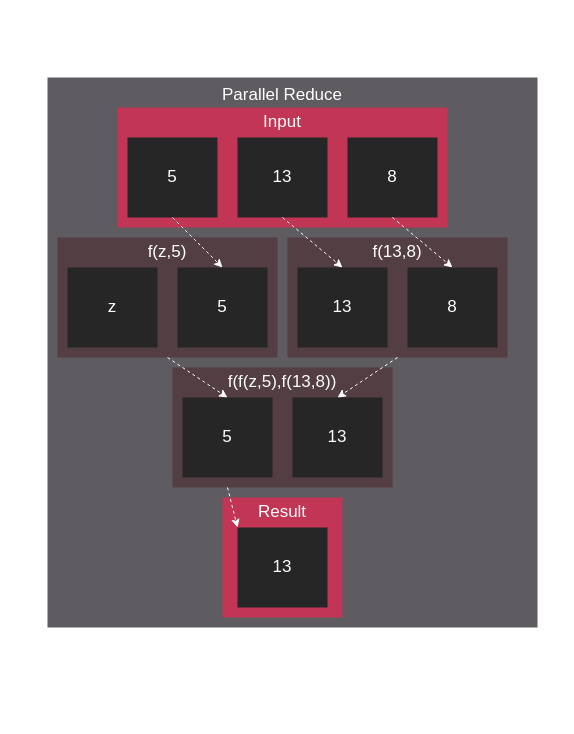
NautRobot/Eze-P keeps this draw.io diagram as projects/hip/docs/data/tutorial/reduction/parallel_foldl.drawio. Above is the earlier version. Source tidied: cells renumbered, new cells numbered last; positions are measured from the earlier drawing's top-left corner, leaving out a move shared by most shapes. Both pictures are drawn from the tidied source at 100%, with x=0, y=0 at pixel (47, 77).
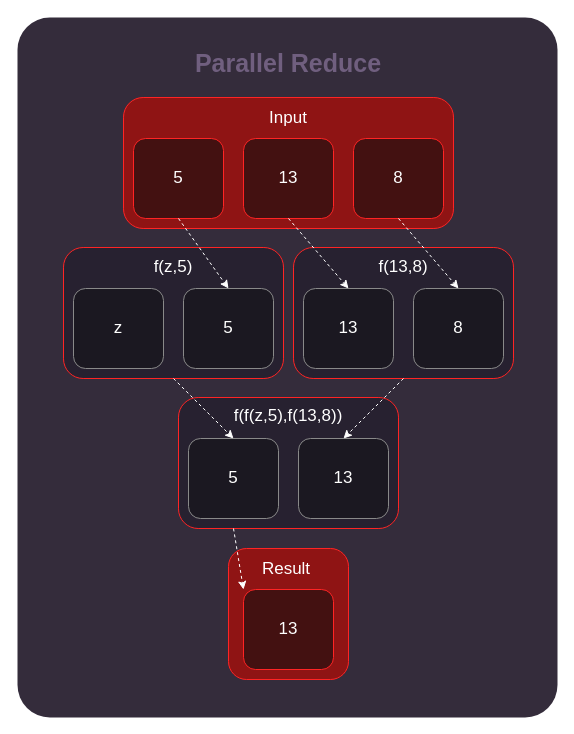
Above is the later version.

The edit, as a diff of the source:
```diff
@@
-    <mxCell id="2" style="rounded=0;whiteSpace=wrap;html=1;fillColor=#5E5B61;fontColor=#FFFFFF;strokeColor=none;spacing=0;" parent="1" vertex="1">
-      <mxGeometry width="490" height="550" as="geometry" />
-    </mxCell>
-    <mxCell id="3" value="Parallel Reduce" style="text;strokeColor=none;fillColor=none;align=center;verticalAlign=middle;rounded=0;fontFamily=klavika;fontSize=17;fontColor=#FFFFFF;" parent="1" vertex="1">
-      <mxGeometry x="205" width="60" height="30" as="geometry" />
-    </mxCell>
+    <mxCell id="40" style="rounded=1;whiteSpace=wrap;html=1;fillColor=#342C3B;fontColor=#FFFFFF;strokeColor=none;spacing=0;arcSize=6;" parent="1" vertex="1">
+      <mxGeometry x="-30" y="-60" width="540" height="700" as="geometry" />
+    </mxCell>
-    <mxCell id="4" style="rounded=0;whiteSpace=wrap;html=1;fillColor=#C23555;fontColor=#FFFFFF;strokeColor=none;" parent="1" vertex="1">
-      <mxGeometry x="70" y="30" width="330" height="120" as="geometry" />
+    <mxCell id="4" style="whiteSpace=wrap;html=1;fontSize=16;fontFamily=Verdana;rounded=1;verticalAlign=top;strokeColor=#ff2424;fillColor=#8F1414;fontColor=#F0F0F0;" parent="1" vertex="1">
+      <mxGeometry x="76" y="20" width="330" height="131" as="geometry" />
     </mxCell>
-    <mxCell id="5" value="&lt;font face=&quot;Klavika&quot; style=&quot;font-size: 17px;&quot;&gt;Input&lt;/font&gt;" style="text;html=1;strokeColor=none;fillColor=none;align=center;verticalAlign=middle;whiteSpace=wrap;rounded=0;fontSize=17;fontColor=#FFFFFF;" parent="1" vertex="1">
-      <mxGeometry x="205" y="30" width="60" height="30" as="geometry" />
+    <mxCell id="5" value="&lt;font style=&quot;font-size: 17px; color: rgb(255, 255, 255);&quot;&gt;Input&lt;/font&gt;" style="text;html=1;strokeColor=none;fillColor=none;align=center;verticalAlign=middle;whiteSpace=wrap;rounded=0;fontSize=17;fontColor=#FFFFFF;" parent="1" vertex="1">
+      <mxGeometry x="211" y="26" width="60" height="30" as="geometry" />
     </mxCell>
-    <mxCell id="6" style="rounded=0;whiteSpace=wrap;html=1;fillColor=#262626;fontColor=#FFFFFF;strokeColor=none;" parent="1" vertex="1">
-      <mxGeometry x="300" y="60" width="90" height="80" as="geometry" />
+    <mxCell id="6" style="whiteSpace=wrap;html=1;fontSize=16;fontFamily=Verdana;rounded=1;strokeColor=#ff2424;fillStyle=solid;fontColor=#F0F0F0;fillColor=#431111;" parent="1" vertex="1">
+      <mxGeometry x="306" y="61" width="90" height="80" as="geometry" />
     </mxCell>
-    <mxCell id="7" style="rounded=0;whiteSpace=wrap;html=1;fillColor=#262626;fontColor=#FFFFFF;strokeColor=none;" parent="1" vertex="1">
-      <mxGeometry x="190" y="60" width="90" height="80" as="geometry" />
+    <mxCell id="7" style="whiteSpace=wrap;html=1;fontSize=16;fontFamily=Verdana;rounded=1;strokeColor=#ff2424;fillStyle=solid;fontColor=#F0F0F0;fillColor=#431111;" parent="1" vertex="1">
+      <mxGeometry x="196" y="61" width="90" height="80" as="geometry" />
     </mxCell>
-    <mxCell id="8" style="rounded=0;whiteSpace=wrap;html=1;fillColor=#523E43;fontColor=#FFFFFF;strokeColor=none;" parent="1" vertex="1">
-      <mxGeometry x="10" y="160" width="220" height="120" as="geometry" />
+    <mxCell id="8" style="whiteSpace=wrap;html=1;fontSize=16;fontFamily=Verdana;rounded=1;strokeColor=#ff2424;fillStyle=solid;fontColor=#F0F0F0;fillColor=#272130;" parent="1" vertex="1">
+      <mxGeometry x="16" y="170" width="220" height="131" as="geometry" />
     </mxCell>
-    <mxCell id="9" style="rounded=0;whiteSpace=wrap;html=1;fillColor=#262626;fontColor=#FFFFFF;strokeColor=none;" parent="1" vertex="1">
-      <mxGeometry x="80" y="60" width="90" height="80" as="geometry" />
+    <mxCell id="9" style="whiteSpace=wrap;html=1;fontSize=16;fontFamily=Verdana;rounded=1;strokeColor=#ff2424;fillStyle=solid;fontColor=#F0F0F0;fillColor=#431111;" parent="1" vertex="1">
+      <mxGeometry x="86" y="61" width="90" height="80" as="geometry" />
     </mxCell>
-    <mxCell id="10" value="8" style="text;html=1;strokeColor=none;fillColor=none;align=center;verticalAlign=middle;whiteSpace=wrap;rounded=0;fontFamily=Klavika;fontSize=17;fontColor=#FFFFFF;" parent="1" vertex="1">
-      <mxGeometry x="315" y="85" width="60" height="30" as="geometry" />
+    <mxCell id="10" value="8" style="text;html=1;strokeColor=none;fillColor=none;align=center;verticalAlign=middle;whiteSpace=wrap;rounded=0;fontFamily=Helvetica;fontSize=17;fontColor=#FFFFFF;" parent="1" vertex="1">
+      <mxGeometry x="321" y="86" width="60" height="30" as="geometry" />
     </mxCell>
-    <mxCell id="11" value="13" style="text;html=1;strokeColor=none;fillColor=none;align=center;verticalAlign=middle;whiteSpace=wrap;rounded=0;fontFamily=Klavika;fontSize=17;fontColor=#FFFFFF;" parent="1" vertex="1">
-      <mxGeometry x="205" y="85" width="60" height="30" as="geometry" />
+    <mxCell id="11" value="13" style="text;html=1;strokeColor=none;fillColor=none;align=center;verticalAlign=middle;whiteSpace=wrap;rounded=0;fontFamily=Helvetica;fontSize=17;fontColor=#FFFFFF;" parent="1" vertex="1">
+      <mxGeometry x="211" y="86" width="60" height="30" as="geometry" />
     </mxCell>
-    <mxCell id="12" value="5" style="text;html=1;strokeColor=none;fillColor=none;align=center;verticalAlign=middle;whiteSpace=wrap;rounded=0;fontFamily=Klavika;fontSize=17;fontColor=#FFFFFF;" parent="1" vertex="1">
-      <mxGeometry x="95" y="85" width="60" height="30" as="geometry" />
+    <mxCell id="12" value="5" style="text;html=1;strokeColor=none;fillColor=none;align=center;verticalAlign=middle;whiteSpace=wrap;rounded=0;fontFamily=Helvetica;fontSize=17;fontColor=#FFFFFF;" parent="1" vertex="1">
+      <mxGeometry x="101" y="86" width="60" height="30" as="geometry" />
     </mxCell>
-    <mxCell id="13" style="rounded=0;whiteSpace=wrap;html=1;fillColor=#262626;fontColor=#FFFFFF;strokeColor=none;" parent="1" vertex="1">
-      <mxGeometry x="20" y="190" width="90" height="80" as="geometry" />
+    <mxCell id="13" style="whiteSpace=wrap;html=1;fontSize=16;fontFamily=Verdana;rounded=1;strokeColor=#898989;fillStyle=solid;fontColor=#F0F0F0;fillColor=#1B1821;" parent="1" vertex="1">
+      <mxGeometry x="26" y="211" width="90" height="80" as="geometry" />
     </mxCell>
-    <mxCell id="14" value="z" style="text;html=1;strokeColor=none;fillColor=none;align=center;verticalAlign=middle;whiteSpace=wrap;rounded=0;fontFamily=Klavika;fontSize=17;fontColor=#FFFFFF;" parent="1" vertex="1">
-      <mxGeometry x="35" y="215" width="60" height="30" as="geometry" />
+    <mxCell id="14" value="z" style="text;html=1;strokeColor=none;fillColor=none;align=center;verticalAlign=middle;whiteSpace=wrap;rounded=0;fontFamily=Helvetica;fontSize=17;fontColor=#FFFFFF;" parent="1" vertex="1">
+      <mxGeometry x="41" y="236" width="60" height="30" as="geometry" />
     </mxCell>
-    <mxCell id="15" style="rounded=0;whiteSpace=wrap;html=1;fillColor=#262626;fontColor=#FFFFFF;strokeColor=none;" parent="1" vertex="1">
-      <mxGeometry x="130" y="190" width="90" height="80" as="geometry" />
+    <mxCell id="15" style="whiteSpace=wrap;html=1;fontSize=16;fontFamily=Verdana;rounded=1;strokeColor=#898989;fillStyle=solid;fontColor=#F0F0F0;fillColor=#1B1821;" parent="1" vertex="1">
+      <mxGeometry x="136" y="211" width="90" height="80" as="geometry" />
     </mxCell>
-    <mxCell id="16" value="5" style="text;html=1;strokeColor=none;fillColor=none;align=center;verticalAlign=middle;whiteSpace=wrap;rounded=0;fontFamily=Klavika;fontSize=17;fontColor=#FFFFFF;" parent="1" vertex="1">
-      <mxGeometry x="145" y="215" width="60" height="30" as="geometry" />
+    <mxCell id="16" value="5" style="text;html=1;strokeColor=none;fillColor=none;align=center;verticalAlign=middle;whiteSpace=wrap;rounded=0;fontFamily=Helvetica;fontSize=17;fontColor=#FFFFFF;" parent="1" vertex="1">
+      <mxGeometry x="151" y="236" width="60" height="30" as="geometry" />
     </mxCell>
-    <mxCell id="17" value="&lt;font face=&quot;Klavika&quot; style=&quot;font-size: 17px;&quot;&gt;f(z,5)&lt;/font&gt;" style="text;html=1;strokeColor=none;fillColor=none;align=center;verticalAlign=middle;whiteSpace=wrap;rounded=0;fontSize=17;fontColor=#FFFFFF;" parent="1" vertex="1">
-      <mxGeometry x="90" y="160" width="60" height="30" as="geometry" />
+    <mxCell id="17" value="&lt;font style=&quot;font-size: 17px; color: rgb(255, 255, 255);&quot;&gt;f(z,5)&lt;/font&gt;" style="text;html=1;strokeColor=none;fillColor=none;align=center;verticalAlign=middle;whiteSpace=wrap;rounded=0;fontSize=17;fontColor=#FFFFFF;fontFamily=Helvetica;" parent="1" vertex="1">
+      <mxGeometry x="96" y="175" width="60" height="30" as="geometry" />
     </mxCell>
@@
-    <mxCell id="19" style="rounded=0;whiteSpace=wrap;html=1;fillColor=#523E43;fontColor=#FFFFFF;strokeColor=none;" parent="1" vertex="1">
-      <mxGeometry x="240" y="160" width="220" height="120" as="geometry" />
+    <mxCell id="19" style="whiteSpace=wrap;html=1;fontSize=16;fontFamily=Verdana;rounded=1;strokeColor=#ff2424;fillStyle=solid;fontColor=#F0F0F0;fillColor=#272130;" parent="1" vertex="1">
+      <mxGeometry x="246" y="170" width="220" height="131" as="geometry" />
     </mxCell>
-    <mxCell id="20" style="rounded=0;whiteSpace=wrap;html=1;fillColor=#262626;fontColor=#FFFFFF;strokeColor=none;" parent="1" vertex="1">
-      <mxGeometry x="250" y="190" width="90" height="80" as="geometry" />
+    <mxCell id="20" style="whiteSpace=wrap;html=1;fontSize=16;fontFamily=Verdana;rounded=1;strokeColor=#898989;fillStyle=solid;fontColor=#F0F0F0;fillColor=#1B1821;" parent="1" vertex="1">
+      <mxGeometry x="256" y="211" width="90" height="80" as="geometry" />
     </mxCell>
-    <mxCell id="21" value="13" style="text;html=1;strokeColor=none;fillColor=none;align=center;verticalAlign=middle;whiteSpace=wrap;rounded=0;fontFamily=Klavika;fontSize=17;fontColor=#FFFFFF;" parent="1" vertex="1">
-      <mxGeometry x="265" y="215" width="60" height="30" as="geometry" />
+    <mxCell id="21" value="13" style="text;html=1;strokeColor=none;fillColor=none;align=center;verticalAlign=middle;whiteSpace=wrap;rounded=0;fontFamily=Helvetica;fontSize=17;fontColor=#FFFFFF;" parent="1" vertex="1">
+      <mxGeometry x="271" y="236" width="60" height="30" as="geometry" />
     </mxCell>
-    <mxCell id="22" style="rounded=0;whiteSpace=wrap;html=1;fillColor=#262626;fontColor=#FFFFFF;strokeColor=none;" parent="1" vertex="1">
-      <mxGeometry x="360" y="190" width="90" height="80" as="geometry" />
+    <mxCell id="22" style="whiteSpace=wrap;html=1;fontSize=16;fontFamily=Verdana;rounded=1;strokeColor=#898989;fillStyle=solid;fontColor=#F0F0F0;fillColor=#1B1821;" parent="1" vertex="1">
+      <mxGeometry x="366" y="211" width="90" height="80" as="geometry" />
     </mxCell>
-    <mxCell id="23" value="8" style="text;html=1;strokeColor=none;fillColor=none;align=center;verticalAlign=middle;whiteSpace=wrap;rounded=0;fontFamily=Klavika;fontSize=17;fontColor=#FFFFFF;" parent="1" vertex="1">
-      <mxGeometry x="375" y="215" width="60" height="30" as="geometry" />
+    <mxCell id="23" value="8" style="text;html=1;strokeColor=none;fillColor=none;align=center;verticalAlign=middle;whiteSpace=wrap;rounded=0;fontFamily=Helvetica;fontSize=17;fontColor=#FFFFFF;" parent="1" vertex="1">
+      <mxGeometry x="381" y="236" width="60" height="30" as="geometry" />
     </mxCell>
-    <mxCell id="24" value="&lt;font face=&quot;Klavika&quot; style=&quot;font-size: 17px;&quot;&gt;f(13,8)&lt;/font&gt;" style="text;html=1;strokeColor=none;fillColor=none;align=center;verticalAlign=middle;whiteSpace=wrap;rounded=0;fontSize=17;fontColor=#FFFFFF;" parent="1" vertex="1">
-      <mxGeometry x="320" y="160" width="60" height="30" as="geometry" />
+    <mxCell id="24" value="&lt;font style=&quot;font-size: 17px; color: rgb(255, 255, 255);&quot;&gt;f(13,8)&lt;/font&gt;" style="text;html=1;strokeColor=none;fillColor=none;align=center;verticalAlign=middle;whiteSpace=wrap;rounded=0;fontSize=17;fontColor=#FFFFFF;fontFamily=Helvetica;" parent="1" vertex="1">
+      <mxGeometry x="326" y="175" width="60" height="30" as="geometry" />
     </mxCell>
-    <mxCell id="25" style="rounded=0;whiteSpace=wrap;html=1;fillColor=#523E43;fontColor=#FFFFFF;strokeColor=none;" parent="1" vertex="1">
-      <mxGeometry x="125" y="290" width="220" height="120" as="geometry" />
+    <mxCell id="25" style="whiteSpace=wrap;html=1;fontSize=16;fontFamily=Verdana;rounded=1;strokeColor=#ff2424;fillStyle=solid;fontColor=#F0F0F0;fillColor=#272130;" parent="1" vertex="1">
+      <mxGeometry x="131" y="320" width="220" height="131" as="geometry" />
     </mxCell>
-    <mxCell id="26" style="rounded=0;whiteSpace=wrap;html=1;fillColor=#262626;fontColor=#FFFFFF;strokeColor=none;" parent="1" vertex="1">
-      <mxGeometry x="135" y="320" width="90" height="80" as="geometry" />
+    <mxCell id="26" style="whiteSpace=wrap;html=1;fontSize=16;fontFamily=Verdana;rounded=1;strokeColor=#898989;fillStyle=solid;fontColor=#F0F0F0;fillColor=#1B1821;" parent="1" vertex="1">
+      <mxGeometry x="141" y="361" width="90" height="80" as="geometry" />
     </mxCell>
-    <mxCell id="27" value="5" style="text;html=1;strokeColor=none;fillColor=none;align=center;verticalAlign=middle;whiteSpace=wrap;rounded=0;fontFamily=Klavika;fontSize=17;fontColor=#FFFFFF;" parent="1" vertex="1">
-      <mxGeometry x="150" y="345" width="60" height="30" as="geometry" />
+    <mxCell id="27" value="5" style="text;html=1;strokeColor=none;fillColor=none;align=center;verticalAlign=middle;whiteSpace=wrap;rounded=0;fontFamily=Helvetica;fontSize=17;fontColor=#FFFFFF;" parent="1" vertex="1">
+      <mxGeometry x="156" y="386" width="60" height="30" as="geometry" />
     </mxCell>
-    <mxCell id="28" style="rounded=0;whiteSpace=wrap;html=1;fillColor=#262626;fontColor=#FFFFFF;strokeColor=none;" parent="1" vertex="1">
-      <mxGeometry x="245" y="320" width="90" height="80" as="geometry" />
+    <mxCell id="28" style="whiteSpace=wrap;html=1;fontSize=16;fontFamily=Verdana;rounded=1;strokeColor=#898989;fillStyle=solid;fontColor=#F0F0F0;fillColor=#1B1821;" parent="1" vertex="1">
+      <mxGeometry x="251" y="361" width="90" height="80" as="geometry" />
     </mxCell>
-    <mxCell id="29" value="13" style="text;html=1;strokeColor=none;fillColor=none;align=center;verticalAlign=middle;whiteSpace=wrap;rounded=0;fontFamily=Klavika;fontSize=17;fontColor=#FFFFFF;" parent="1" vertex="1">
-      <mxGeometry x="260" y="345" width="60" height="30" as="geometry" />
+    <mxCell id="29" value="13" style="text;html=1;strokeColor=none;fillColor=none;align=center;verticalAlign=middle;whiteSpace=wrap;rounded=0;fontFamily=Helvetica;fontSize=17;fontColor=#FFFFFF;" parent="1" vertex="1">
+      <mxGeometry x="266" y="386" width="60" height="30" as="geometry" />
     </mxCell>
-    <mxCell id="30" value="&lt;font face=&quot;Klavika&quot; style=&quot;font-size: 17px;&quot;&gt;f(f(z,5),f(13,8))&lt;br&gt;&lt;/font&gt;" style="text;html=1;strokeColor=none;fillColor=none;align=center;verticalAlign=middle;whiteSpace=wrap;rounded=0;fontSize=17;fontColor=#FFFFFF;" parent="1" vertex="1">
-      <mxGeometry x="205" y="290" width="60" height="30" as="geometry" />
+    <mxCell id="30" value="&lt;font style=&quot;font-size: 17px;&quot;&gt;&lt;font style=&quot;color: rgb(255, 255, 255);&quot;&gt;f(f(z,5),f(13,8))&lt;/font&gt;&lt;br&gt;&lt;/font&gt;" style="text;html=1;strokeColor=none;fillColor=none;align=center;verticalAlign=middle;whiteSpace=wrap;rounded=0;fontSize=17;fontColor=#FFFFFF;fontFamily=Helvetica;" parent="1" vertex="1">
+      <mxGeometry x="211" y="324" width="60" height="30" as="geometry" />
     </mxCell>
-    <mxCell id="31" style="rounded=0;whiteSpace=wrap;html=1;fillColor=#C23555;fontColor=#FFFFFF;strokeColor=none;" parent="1" vertex="1">
-      <mxGeometry x="175" y="420" width="120" height="120" as="geometry" />
+    <mxCell id="31" style="whiteSpace=wrap;html=1;fontSize=16;fontFamily=Verdana;rounded=1;verticalAlign=top;strokeColor=#ff2424;fillColor=#8F1414;fontColor=#F0F0F0;" parent="1" vertex="1">
+      <mxGeometry x="181" y="471" width="120" height="131" as="geometry" />
     </mxCell>
-    <mxCell id="32" value="&lt;font face=&quot;Klavika&quot; style=&quot;font-size: 17px;&quot;&gt;Result&lt;/font&gt;" style="text;html=1;strokeColor=none;fillColor=none;align=center;verticalAlign=middle;whiteSpace=wrap;rounded=0;fontSize=17;fontColor=#FFFFFF;" parent="1" vertex="1">
-      <mxGeometry x="205" y="420" width="60" height="30" as="geometry" />
+    <mxCell id="32" value="&lt;font face=&quot;Helvetica&quot; style=&quot;font-size: 17px; color: rgb(255, 255, 255);&quot;&gt;Result&lt;/font&gt;" style="text;html=1;strokeColor=none;fillColor=none;align=center;verticalAlign=middle;whiteSpace=wrap;rounded=0;fontSize=17;fontColor=#FFFFFF;" parent="1" vertex="1">
+      <mxGeometry x="209" y="477" width="60" height="30" as="geometry" />
     </mxCell>
-    <mxCell id="33" style="rounded=0;whiteSpace=wrap;html=1;fillColor=#262626;fontColor=#FFFFFF;strokeColor=none;" parent="1" vertex="1">
-      <mxGeometry x="190" y="450" width="90" height="80" as="geometry" />
+    <mxCell id="33" style="whiteSpace=wrap;html=1;fontSize=16;fontFamily=Verdana;rounded=1;strokeColor=#ff2424;fillStyle=solid;fontColor=#F0F0F0;fillColor=#431111;" parent="1" vertex="1">
+      <mxGeometry x="196" y="512" width="90" height="80" as="geometry" />
     </mxCell>
-    <mxCell id="34" value="13" style="text;html=1;strokeColor=none;fillColor=none;align=center;verticalAlign=middle;whiteSpace=wrap;rounded=0;fontFamily=Klavika;fontSize=17;fontColor=#FFFFFF;" parent="1" vertex="1">
-      <mxGeometry x="205" y="475" width="60" height="30" as="geometry" />
+    <mxCell id="34" value="13" style="text;html=1;strokeColor=none;fillColor=none;align=center;verticalAlign=middle;whiteSpace=wrap;rounded=0;fontFamily=Helvetica;fontSize=17;fontColor=#FFFFFF;" parent="1" vertex="1">
+      <mxGeometry x="211" y="537" width="60" height="30" as="geometry" />
     </mxCell>
@@
+    <mxCell id="3" value="Parallel Reduce" style="text;html=1;strokeColor=none;fillColor=none;align=center;verticalAlign=middle;whiteSpace=wrap;rounded=0;fontSize=25;fontColor=#705F7F;fontStyle=1;" parent="1" vertex="1">
+      <mxGeometry x="72" y="-30" width="338" height="30" as="geometry" />
+    </mxCell>
```
